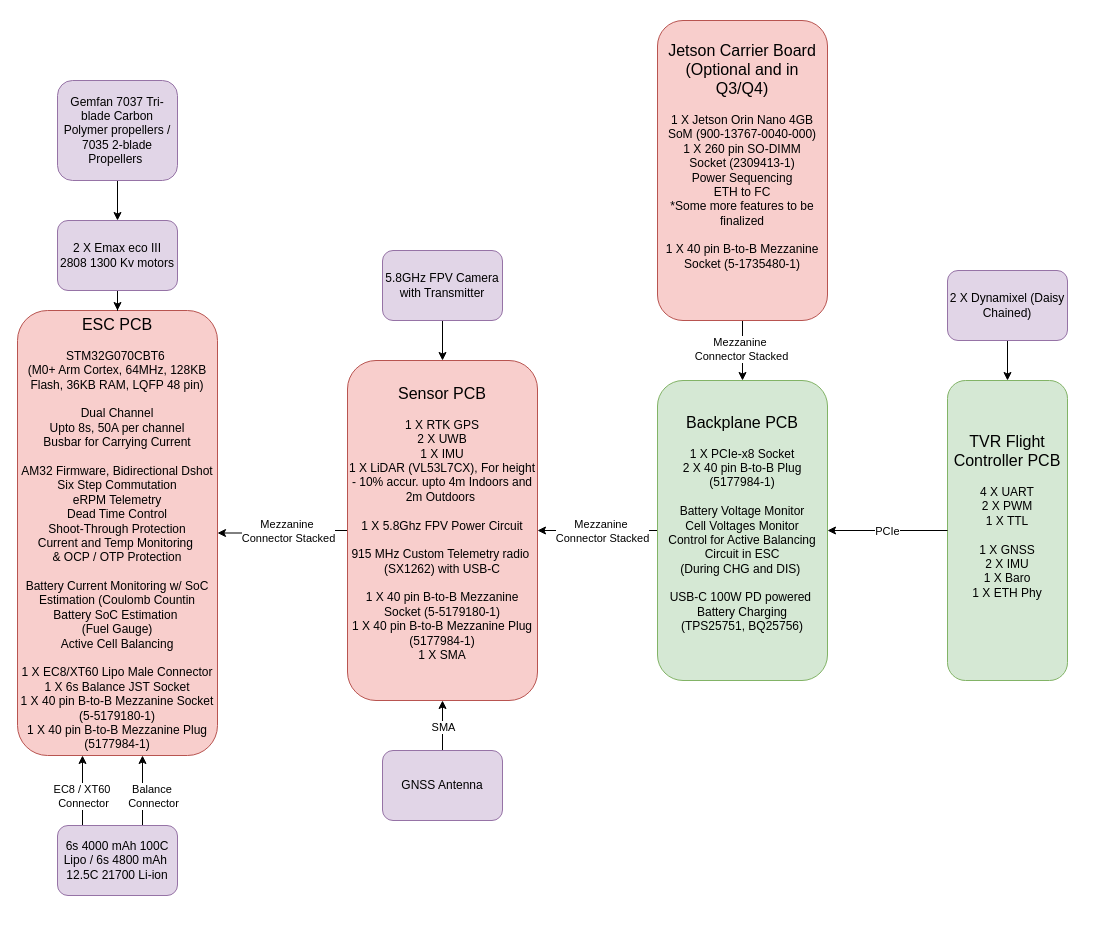
Above: page "Page-1" (1 of 2) of electrical-hardware/TVR_Hardware_Stack_2026-27.drawio in UBC-Rocket/thrust_vectoring_consolidated (draw.io), before the change. Source tidied: cells renumbered, new cells numbered last; positions are measured from the earlier drawing's top-left corner, leaving out a move shared by most shapes. Both pictures are drawn from the tidied source at 100%, with x=0, y=0 at pixel (17, 20).
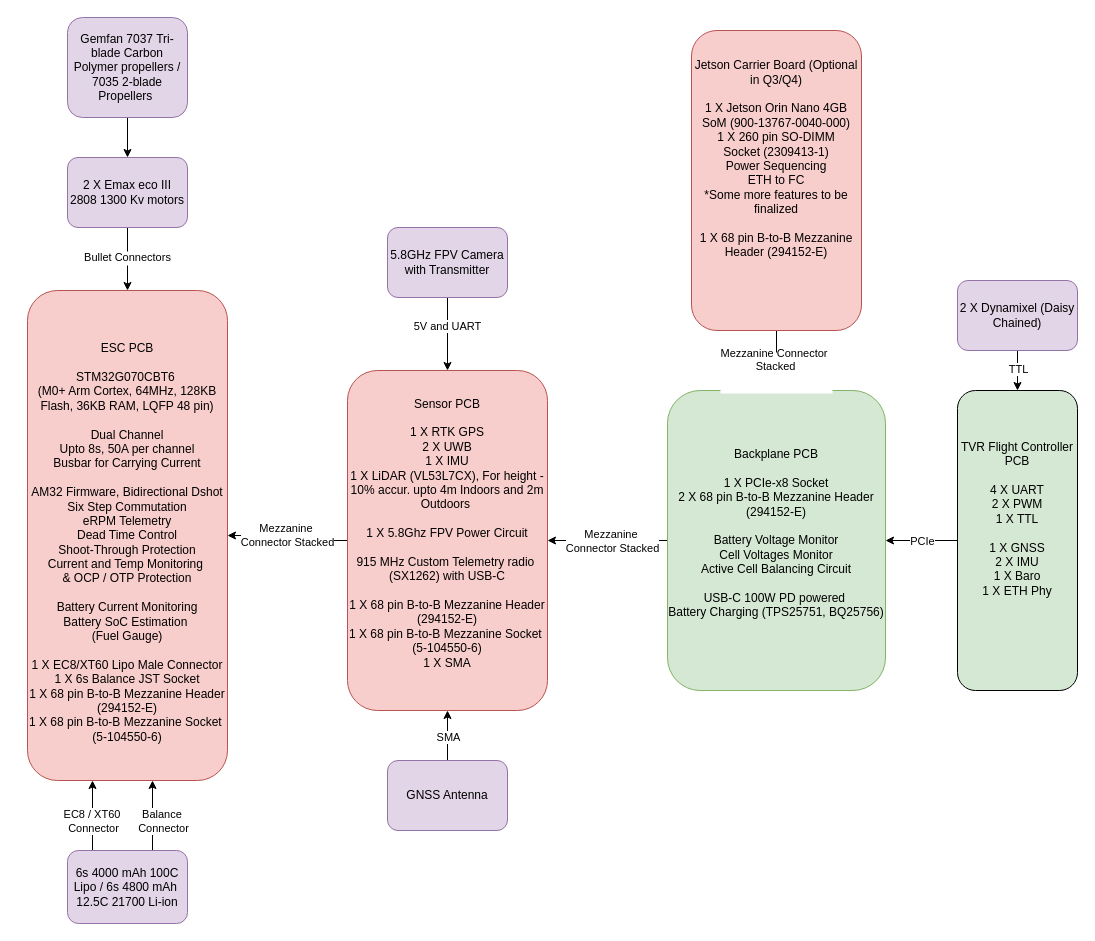
Above is the later version.

Change to the diagram source:
```diff
@@
-    <mxCell id="2" value="&lt;div&gt;&lt;font style=&quot;font-size: 16px;&quot;&gt;TVR Flight Controller PCB&lt;/font&gt;&lt;/div&gt;&lt;div&gt;&lt;br&gt;&lt;/div&gt;&lt;div&gt;4 X UART&lt;/div&gt;&lt;div&gt;2 X PWM&lt;/div&gt;&lt;div&gt;1 X TTL&lt;/div&gt;&lt;div&gt;&lt;br&gt;&lt;/div&gt;&lt;div&gt;1 X GNSS&lt;/div&gt;&lt;div&gt;2 X IMU&lt;/div&gt;&lt;div&gt;1 X Baro&lt;/div&gt;&lt;div&gt;1 X ETH Phy&lt;/div&gt;&lt;div&gt;&lt;br&gt;&lt;/div&gt;&lt;div&gt;&lt;br&gt;&lt;/div&gt;" style="rounded=1;whiteSpace=wrap;html=1;fillColor=#d5e8d4;strokeColor=#82b366;" parent="1" vertex="1">
-      <mxGeometry x="930" y="360" width="120" height="300" as="geometry" />
+    <mxCell id="2" value="TVR Flight Controller PCB&#10;&#10;4 X UART&#10;2 X PWM&#10;1 X TTL&#10;&#10;1 X GNSS&#10;2 X IMU&#10;1 X Baro&#10;1 X ETH Phy&#10;&#10;&#10;" style="rounded=1;fillColor=#d5e8d4;strokeColor=light-dark(#000000,#446E2C);gradientColor=none;textShadow=0;whiteSpace=wrap;html=1;" parent="1" vertex="1">
+      <mxGeometry x="940" y="370" width="120" height="300" as="geometry" />
     </mxCell>
-    <mxCell id="3" style="edgeStyle=orthogonalEdgeStyle;rounded=0;jettySize=auto;html=1;entryX=1;entryY=0.5;entryDx=0;entryDy=0;" parent="1" edge="1" source="5" target="9">
-      <mxGeometry relative="1" as="geometry" />
-    </mxCell>
-    <mxCell id="4" value="&lt;div&gt;Mezzanine&amp;nbsp;&lt;/div&gt;&lt;div&gt;Connector Stacked&lt;/div&gt;" style="edgeLabel;html=1;align=center;verticalAlign=middle;" parent="3" vertex="1">
-      <mxGeometry x="0.03" relative="1" as="geometry">
-        <mxPoint x="6" as="offset" />
-      </mxGeometry>
-    </mxCell>
-    <mxCell id="5" value="&lt;div&gt;&lt;font style=&quot;font-size: 16px;&quot;&gt;Backplane PCB&lt;/font&gt;&lt;/div&gt;&lt;div&gt;&lt;br&gt;&lt;/div&gt;&lt;div&gt;1 X PCIe-x8 Socket&lt;/div&gt;&lt;div&gt;2 X 40 pin B-to-B Plug (5177984-1)&lt;/div&gt;&lt;div&gt;&lt;br&gt;&lt;/div&gt;&lt;div&gt;Battery Voltage Monitor&lt;/div&gt;&lt;div&gt;Cell Voltages Monitor&lt;/div&gt;&lt;div&gt;Control for Active Balancing Circuit in ESC&lt;/div&gt;&lt;div&gt;(During CHG and DIS)&amp;nbsp;&lt;/div&gt;&lt;div&gt;&lt;br&gt;&lt;/div&gt;&lt;div&gt;&lt;span style=&quot;background-color: transparent; color: light-dark(rgb(0, 0, 0), rgb(255, 255, 255));&quot;&gt;USB-C 100W PD powered&amp;nbsp;&lt;/span&gt;&lt;/div&gt;&lt;div&gt;&lt;span style=&quot;background-color: transparent; color: light-dark(rgb(0, 0, 0), rgb(255, 255, 255));&quot;&gt;Battery Charging (&lt;/span&gt;&lt;span style=&quot;background-color: transparent; color: light-dark(rgb(0, 0, 0), rgb(255, 255, 255));&quot;&gt;TPS25751,&amp;nbsp;&lt;/span&gt;&lt;span style=&quot;background-color: transparent; color: light-dark(rgb(0, 0, 0), rgb(255, 255, 255));&quot;&gt;BQ25756)&lt;/span&gt;&lt;/div&gt;&lt;div&gt;&lt;br&gt;&lt;/div&gt;" style="rounded=1;whiteSpace=wrap;html=1;fillColor=#d5e8d4;strokeColor=#82b366;" parent="1" vertex="1">
-      <mxGeometry x="640" y="360" width="170" height="300" as="geometry" />
-    </mxCell>
-    <mxCell id="6" style="edgeStyle=orthogonalEdgeStyle;rounded=0;jettySize=auto;html=1;entryX=1;entryY=0.5;entryDx=0;entryDy=0;" parent="1" edge="1" source="2" target="5">
-      <mxGeometry relative="1" as="geometry" />
-    </mxCell>
+    <mxCell id="31" style="edgeStyle=orthogonalEdgeStyle;rounded=0;jettySize=auto;entryX=1;entryY=0.5;entryDx=0;entryDy=0;textShadow=0;html=1;" parent="1" edge="1" source="33" target="36">
+      <mxGeometry relative="1" as="geometry" />
+    </mxCell>
+    <mxCell id="32" value="Mezzanine &#10;Connector Stacked" style="edgeLabel;align=center;verticalAlign=middle;textShadow=0;html=1;" parent="31" vertex="1">
+      <mxGeometry x="0.03" relative="1" as="geometry">
+        <mxPoint x="6" as="offset" />
+      </mxGeometry>
+    </mxCell>
+    <mxCell id="33" value="Backplane PCB&lt;br&gt;&lt;br&gt;1 X PCIe-x8 Socket&lt;br&gt;2 X&amp;nbsp;68 pin B-to-B Mezzanine Header (294152-E)&lt;br&gt;&lt;br&gt;Battery Voltage Monitor&lt;br&gt;Cell Voltages Monitor&lt;br&gt;Active Cell Balancing Circuit&lt;br&gt;&lt;br&gt;USB-C 100W PD powered&amp;nbsp;&lt;br&gt;Battery Charging (TPS25751,&amp;nbsp;BQ25756)&lt;div&gt;&lt;br/&gt;&lt;/div&gt;" style="rounded=1;fillColor=#d5e8d4;strokeColor=#82B366;textShadow=0;whiteSpace=wrap;html=1;" parent="1" vertex="1">
+      <mxGeometry x="650" y="370" width="218" height="300" as="geometry" />
+    </mxCell>
+    <mxCell id="34" style="edgeStyle=orthogonalEdgeStyle;rounded=0;jettySize=auto;entryX=1;entryY=0.5;entryDx=0;entryDy=0;textShadow=0;html=1;" parent="1" edge="1" source="2" target="33">
+      <mxGeometry relative="1" as="geometry" />
+    </mxCell>
-    <mxCell id="7" value="PCIe" style="edgeLabel;html=1;align=center;verticalAlign=middle;" parent="6" vertex="1">
+    <mxCell id="7" value="PCIe" style="edgeLabel;align=center;verticalAlign=middle;textShadow=0;html=1;" parent="34" vertex="1">
       <mxGeometry x="0.01" relative="1" as="geometry" />
     </mxCell>
-    <mxCell id="8" style="edgeStyle=orthogonalEdgeStyle;rounded=0;jettySize=auto;html=1;entryX=1;entryY=0.5;entryDx=0;entryDy=0;" parent="1" edge="1" source="9" target="10">
-      <mxGeometry relative="1" as="geometry" />
-    </mxCell>
-    <mxCell id="9" value="&lt;div&gt;&lt;font style=&quot;font-size: 16px;&quot;&gt;Sensor PCB&lt;/font&gt;&lt;/div&gt;&lt;div&gt;&lt;br&gt;&lt;/div&gt;&lt;div&gt;1 X RTK GPS&lt;/div&gt;&lt;div&gt;2 X UWB&lt;/div&gt;&lt;div&gt;1 X IMU&lt;/div&gt;&lt;div&gt;1 X LiDAR (&lt;span class=&quot;st-h3&quot;&gt;&lt;font style=&quot;font-size: 12px;&quot;&gt;VL53L7CX), For height - 10% accur. upto 4m Indoors and 2m Outdoors&amp;nbsp;&lt;/font&gt;&lt;/span&gt;&lt;/div&gt;&lt;div&gt;&lt;span class=&quot;st-h3&quot;&gt;&lt;font style=&quot;font-size: 12px;&quot;&gt;&lt;br&gt;&lt;/font&gt;&lt;/span&gt;&lt;/div&gt;&lt;div&gt;1 X 5.8Ghz FPV Power Circuit&lt;/div&gt;&lt;div&gt;&lt;br&gt;&lt;/div&gt;&lt;div&gt;915 MHz Custom Telemetry radio&amp;nbsp;&lt;/div&gt;&lt;div&gt;(SX1262) with USB-C&lt;/div&gt;&lt;div&gt;&lt;br&gt;&lt;/div&gt;&lt;div&gt;1 X&amp;nbsp;40 pin B-to-B Mezzanine Socket (5-5179180-1)&lt;/div&gt;&lt;div&gt;1 X 40 pin B-to-B Mezzanine Plug (5177984-1)&lt;/div&gt;&lt;div&gt;1 X SMA&lt;/div&gt;&lt;div&gt;&amp;nbsp;&lt;/div&gt;" style="rounded=1;whiteSpace=wrap;html=1;fillColor=#f8cecc;strokeColor=#b85450;" parent="1" vertex="1">
-      <mxGeometry x="330" y="340" width="190" height="340" as="geometry" />
-    </mxCell>
-    <mxCell id="10" value="&lt;div&gt;&lt;br&gt;&lt;/div&gt;&lt;div&gt;&lt;br&gt;&lt;/div&gt;&lt;div&gt;&lt;br&gt;&lt;/div&gt;&lt;div&gt;&lt;font style=&quot;font-size: 16px;&quot;&gt;ESC PCB&lt;/font&gt;&lt;/div&gt;&lt;div&gt;&lt;br&gt;&lt;/div&gt;&lt;div&gt;STM32G070CBT6&amp;nbsp;&lt;/div&gt;&lt;div&gt;(M0+ Arm Cortex, 64MHz, 128KB Flash, 36KB RAM, LQFP 48 pin)&lt;/div&gt;&lt;div&gt;&lt;br&gt;&lt;/div&gt;&lt;div&gt;Dual Channel&lt;/div&gt;&lt;div&gt;Upto 8s, 50A per channel&lt;/div&gt;&lt;div&gt;Busbar for Carrying Current&lt;/div&gt;&lt;div&gt;&lt;br&gt;&lt;/div&gt;&lt;div&gt;AM32 Firmware, Bidirectional Dshot&lt;/div&gt;&lt;div&gt;Six Step Commutation&lt;/div&gt;&lt;div&gt;eRPM Telemetry&lt;/div&gt;&lt;div&gt;Dead Time Control&lt;/div&gt;&lt;div&gt;Shoot-Through Protection&lt;/div&gt;&lt;div&gt;Current and Temp Monitoring&amp;nbsp;&lt;/div&gt;&lt;div&gt;&amp;amp; OCP / OTP Protection&lt;/div&gt;&lt;div&gt;&lt;br&gt;&lt;/div&gt;&lt;div&gt;Battery Current Monitoring w/ SoC Estimation (Coulomb Countin&lt;/div&gt;&lt;div&gt;Battery SoC Estimation&amp;nbsp;&lt;/div&gt;&lt;div&gt;(Fuel Gauge)&lt;/div&gt;&lt;div&gt;Active Cell Balancing&lt;/div&gt;&lt;div&gt;&lt;br&gt;&lt;/div&gt;&lt;div&gt;&lt;div&gt;1 X EC8/XT60 Lipo Male Connector&lt;/div&gt;&lt;div&gt;1 X 6s Balance JST Socket&lt;/div&gt;&lt;div&gt;1 X&amp;nbsp;40 pin B-to-B Mezzanine Socket (5-5179180-1)&lt;/div&gt;&lt;div&gt;1 X 40 pin B-to-B Mezzanine Plug (5177984-1)&lt;/div&gt;&lt;br&gt;&lt;/div&gt;&lt;div&gt;&lt;br&gt;&lt;/div&gt;&lt;div&gt;&lt;br&gt;&lt;/div&gt;" style="rounded=1;whiteSpace=wrap;html=1;fillColor=#f8cecc;strokeColor=#b85450;" parent="1" vertex="1">
-      <mxGeometry y="290" width="200" height="445" as="geometry" />
-    </mxCell>
-    <mxCell id="11" style="edgeStyle=orthogonalEdgeStyle;rounded=0;jettySize=auto;html=1;entryX=0.5;entryY=0;entryDx=0;entryDy=0;" parent="1" edge="1" source="13" target="5">
-      <mxGeometry relative="1" as="geometry" />
-    </mxCell>
-    <mxCell id="12" value="&lt;div&gt;Mezzanine&amp;nbsp;&lt;/div&gt;&lt;div&gt;Connector Stacked&lt;/div&gt;" style="edgeLabel;html=1;align=center;verticalAlign=middle;" parent="11" vertex="1">
-      <mxGeometry x="-0.07" y="-2" relative="1" as="geometry" />
-    </mxCell>
-    <mxCell id="13" value="&lt;div&gt;&lt;font style=&quot;font-size: 16px;&quot;&gt;Jetson Carrier Board (Optional and in Q3/Q4)&lt;/font&gt;&lt;/div&gt;&lt;div&gt;&lt;br&gt;&lt;/div&gt;&lt;div&gt;1 X Jetson Orin Nano 4GB SoM (&lt;font style=&quot;font-size: 12px; font-weight: normal;&quot;&gt;900-13767-0040-000)&lt;/font&gt;&lt;/div&gt;&lt;div&gt;&lt;font style=&quot;font-size: 12px; font-weight: normal;&quot;&gt;1 X 260 pin SO-DIMM&lt;/font&gt;&lt;/div&gt;&lt;div&gt;Socket (2309413-1)&lt;/div&gt;&lt;div&gt;Power Sequencing&lt;/div&gt;&lt;div&gt;ETH to FC&lt;/div&gt;&lt;div&gt;*Some more features to be finalized&lt;/div&gt;&lt;div&gt;&lt;br&gt;&lt;/div&gt;&lt;div&gt;1 X&amp;nbsp;40 pin B-to-B Mezzanine Socket (5-1735480-1)&lt;/div&gt;&lt;div&gt;&lt;br&gt;&lt;/div&gt;&lt;div&gt;&lt;br&gt;&lt;/div&gt;" style="rounded=1;whiteSpace=wrap;html=1;fillColor=#f8cecc;strokeColor=#b85450;" parent="1" vertex="1">
-      <mxGeometry x="640" width="170" height="300" as="geometry" />
-    </mxCell>
-    <mxCell id="14" value="&lt;div&gt;Mezzanine&amp;nbsp;&lt;/div&gt;&lt;div&gt;Connector Stacked&lt;/div&gt;" style="edgeLabel;html=1;align=center;verticalAlign=middle;" parent="1" vertex="1">
-      <mxGeometry x="270" y="510" as="geometry" />
-    </mxCell>
-    <mxCell id="15" style="edgeStyle=orthogonalEdgeStyle;rounded=0;jettySize=auto;html=1;" parent="1" edge="1" source="19">
-      <mxGeometry relative="1" as="geometry">
-        <mxPoint x="65" y="735" as="targetPoint" />
-        <Array as="points">
-          <mxPoint x="65" y="735" />
-        </Array>
-      </mxGeometry>
-    </mxCell>
+    <mxCell id="35" style="edgeStyle=orthogonalEdgeStyle;rounded=0;jettySize=auto;entryX=1;entryY=0.5;entryDx=0;entryDy=0;textShadow=0;html=1;" parent="1" edge="1" source="36" target="37">
+      <mxGeometry relative="1" as="geometry" />
+    </mxCell>
+    <mxCell id="36" value="Sensor PCB&#10;&#10;1 X RTK GPS&#10;2 X UWB&#10;1 X IMU&#10;1 X LiDAR (VL53L7CX), For height - 10% accur. upto 4m Indoors and 2m Outdoors &#10;&#10;1 X 5.8Ghz FPV Power Circuit&#10;&#10;915 MHz Custom Telemetry radio &#10;(SX1262) with USB-C&#10;&#10;1 X 68 pin B-to-B Mezzanine Header (294152-E)&#10;1 X 68 pin B-to-B Mezzanine Socket &#10;(5-104550-6)&#10;1 X SMA&#10; " style="rounded=1;fillColor=#f8cecc;strokeColor=#b85450;textShadow=0;whiteSpace=wrap;html=1;" parent="1" vertex="1">
+      <mxGeometry x="330" y="350" width="200" height="340" as="geometry" />
+    </mxCell>
+    <mxCell id="37" value="&lt;br&gt;&lt;br&gt;&lt;br&gt;ESC PCB&lt;br&gt;&lt;br&gt;STM32G070CBT6&amp;nbsp;&lt;br&gt;(M0+ Arm Cortex, 64MHz, 128KB Flash, 36KB RAM, LQFP 48 pin)&lt;br&gt;&lt;br&gt;Dual Channel&lt;br&gt;Upto 8s, 50A per channel&lt;br&gt;Busbar for Carrying Current&lt;br&gt;&lt;br&gt;AM32 Firmware, Bidirectional Dshot&lt;br&gt;Six Step Commutation&lt;br&gt;eRPM Telemetry&lt;br&gt;Dead Time Control&lt;br&gt;Shoot-Through Protection&lt;br&gt;Current and Temp Monitoring&amp;nbsp;&lt;br&gt;&amp;amp; OCP / OTP Protection&lt;br&gt;&lt;br&gt;Battery Current Monitoring&lt;br&gt;Battery SoC Estimation&amp;nbsp;&lt;br&gt;(Fuel Gauge)&lt;br&gt;&lt;br&gt;1 X EC8/XT60 Lipo Male Connector&lt;br&gt;1 X 6s Balance JST Socket&lt;br&gt;1 X 68 pin B-to-B Mezzanine Header (294152-E)&lt;br&gt;1 X&amp;nbsp;68 pin B-to-B Mezzanine Socket&amp;nbsp;&lt;br&gt;(5-104550-6)&lt;br&gt;&lt;br&gt;&lt;div&gt;&lt;br/&gt;&lt;/div&gt;" style="rounded=1;fillColor=#f8cecc;strokeColor=#b85450;textShadow=0;whiteSpace=wrap;html=1;" parent="1" vertex="1">
+      <mxGeometry x="10" y="270" width="200" height="490" as="geometry" />
+    </mxCell>
+    <mxCell id="38" style="edgeStyle=orthogonalEdgeStyle;rounded=0;jettySize=auto;entryX=0.5;entryY=0;entryDx=0;entryDy=0;textShadow=0;html=1;" parent="1" edge="1" source="40" target="33">
+      <mxGeometry relative="1" as="geometry" />
+    </mxCell>
+    <mxCell id="39" value="Mezzanine Connector &#10;Stacked&#10;&#10;" style="edgeLabel;align=center;verticalAlign=middle;" parent="38" vertex="1">
+      <mxGeometry x="-0.15" relative="1" as="geometry">
+        <mxPoint x="-1" y="15" as="offset" />
+      </mxGeometry>
+    </mxCell>
+    <mxCell id="40" value="Jetson Carrier Board (Optional in Q3/Q4)&#10;&#10;1 X Jetson Orin Nano 4GB SoM (900-13767-0040-000)&#10;1 X 260 pin SO-DIMM&#10;Socket (2309413-1)&#10;Power Sequencing&#10;ETH to FC&#10;*Some more features to be finalized&#10;&#10;1 X 68 pin B-to-B Mezzanine Header (294152-E)&#10;&#10;&#10;" style="rounded=1;fillColor=#f8cecc;strokeColor=#b85450;textShadow=0;whiteSpace=wrap;html=1;" parent="1" vertex="1">
+      <mxGeometry x="674" y="10" width="170" height="300" as="geometry" />
+    </mxCell>
+    <mxCell id="41" value="Mezzanine &#10;Connector Stacked" style="edgeLabel;align=center;verticalAlign=middle;textShadow=0;html=1;" parent="1" vertex="1">
+      <mxGeometry x="273" y="518" as="geometry">
+        <mxPoint x="-4" y="-4" as="offset" />
+      </mxGeometry>
+    </mxCell>
+    <mxCell id="42" style="edgeStyle=orthogonalEdgeStyle;rounded=0;jettySize=auto;textShadow=0;html=1;" parent="1" edge="1" source="19">
+      <mxGeometry relative="1" as="geometry">
+        <mxPoint x="75" y="760" as="targetPoint" />
+        <Array as="points">
+          <mxPoint x="75" y="760" />
+        </Array>
+      </mxGeometry>
+    </mxCell>
-    <mxCell id="16" value="EC8 / XT60&amp;nbsp;&lt;br&gt;Connector" style="edgeLabel;html=1;align=center;verticalAlign=middle;" parent="15" vertex="1">
+    <mxCell id="16" value="EC8 / XT60 &#10;Connector" style="edgeLabel;align=center;verticalAlign=middle;textShadow=0;html=1;" parent="42" vertex="1">
       <mxGeometry x="0.17" y="-2" relative="1" as="geometry">
         <mxPoint x="-2" y="11" as="offset" />
       </mxGeometry>
     </mxCell>
-    <mxCell id="17" style="edgeStyle=orthogonalEdgeStyle;rounded=0;jettySize=auto;html=1;" parent="1" edge="1" source="19">
-      <mxGeometry relative="1" as="geometry">
-        <mxPoint x="125" y="735" as="targetPoint" />
-        <Array as="points">
-          <mxPoint x="125" y="735" />
-        </Array>
-      </mxGeometry>
-    </mxCell>
+    <mxCell id="43" style="edgeStyle=orthogonalEdgeStyle;rounded=0;jettySize=auto;textShadow=0;html=1;" parent="1" edge="1" source="19">
+      <mxGeometry relative="1" as="geometry">
+        <mxPoint x="135" y="760" as="targetPoint" />
+        <Array as="points">
+          <mxPoint x="135" y="760" />
+        </Array>
+      </mxGeometry>
+    </mxCell>
-    <mxCell id="18" value="&lt;div&gt;Balance&amp;nbsp;&lt;/div&gt;&lt;div&gt;Connector&lt;/div&gt;" style="edgeLabel;html=1;align=center;verticalAlign=middle;" parent="17" vertex="1">
+    <mxCell id="18" value="Balance &#10;Connector" style="edgeLabel;align=center;verticalAlign=middle;textShadow=0;html=1;" parent="43" vertex="1">
       <mxGeometry x="0.22" relative="1" as="geometry">
         <mxPoint x="10" y="13" as="offset" />
       </mxGeometry>
     </mxCell>
-    <mxCell id="19" value="&lt;div&gt;&lt;br&gt;&lt;/div&gt;&lt;div&gt;6s 4000 mAh 100C Lipo / 6s 4800 mAh&amp;nbsp; 12.5C 21700 Li-ion&lt;/div&gt;&lt;div&gt;&lt;br&gt;&lt;/div&gt;" style="rounded=1;whiteSpace=wrap;html=1;fillColor=#e1d5e7;strokeColor=#9673a6;" parent="1" vertex="1">
-      <mxGeometry x="40" y="805" width="120" height="70" as="geometry" />
+    <mxCell id="19" value="6s 4000 mAh 100C Lipo / 6s 4800 mAh&amp;nbsp; 12.5C 21700 Li-ion" style="rounded=1;fillColor=#e1d5e7;strokeColor=#9673a6;textShadow=0;whiteSpace=wrap;html=1;" parent="1" vertex="1">
+      <mxGeometry x="50" y="830" width="120" height="73" as="geometry" />
     </mxCell>
-    <mxCell id="20" style="edgeStyle=orthogonalEdgeStyle;rounded=0;jettySize=auto;html=1;entryX=0.5;entryY=1;entryDx=0;entryDy=0;" parent="1" edge="1" source="22" target="9">
-      <mxGeometry relative="1" as="geometry" />
-    </mxCell>
+    <mxCell id="44" style="edgeStyle=orthogonalEdgeStyle;rounded=0;jettySize=auto;entryX=0.5;entryY=1;entryDx=0;entryDy=0;textShadow=0;html=1;" parent="1" edge="1" source="22" target="36">
+      <mxGeometry relative="1" as="geometry" />
+    </mxCell>
-    <mxCell id="21" value="SMA" style="edgeLabel;html=1;align=center;verticalAlign=middle;" parent="20" vertex="1">
+    <mxCell id="21" value="SMA" style="edgeLabel;align=center;verticalAlign=middle;textShadow=0;html=1;" parent="44" vertex="1">
       <mxGeometry x="0.22" y="-1" relative="1" as="geometry">
         <mxPoint x="-1" y="7" as="offset" />
       </mxGeometry>
     </mxCell>
-    <mxCell id="22" value="&lt;div&gt;GNSS Antenna&lt;/div&gt;" style="rounded=1;whiteSpace=wrap;html=1;fillColor=#e1d5e7;strokeColor=#9673a6;" parent="1" vertex="1">
-      <mxGeometry x="365" y="730" width="120" height="70" as="geometry" />
+    <mxCell id="22" value="GNSS Antenna" style="rounded=1;fillColor=#e1d5e7;strokeColor=#9673a6;textShadow=0;whiteSpace=wrap;html=1;" parent="1" vertex="1">
+      <mxGeometry x="370" y="740" width="120" height="70" as="geometry" />
     </mxCell>
-    <mxCell id="23" style="edgeStyle=orthogonalEdgeStyle;rounded=0;jettySize=auto;html=1;entryX=0.5;entryY=0;entryDx=0;entryDy=0;" parent="1" edge="1" source="24" target="9">
-      <mxGeometry relative="1" as="geometry" />
-    </mxCell>
+    <mxCell id="45" style="edgeStyle=orthogonalEdgeStyle;rounded=0;jettySize=auto;entryX=0.5;entryY=0;entryDx=0;entryDy=0;textShadow=0;html=1;" parent="1" edge="1" source="24" target="36">
+      <mxGeometry relative="1" as="geometry" />
+    </mxCell>
+    <mxCell id="46" value="5V and UART" style="edgeLabel;align=center;verticalAlign=middle;rounded=1;strokeColor=#82b366;fillColor=#d5e8d4;textShadow=0;html=1;" parent="45" vertex="1">
+      <mxGeometry x="-0.23" y="-1" relative="1" as="geometry" />
+    </mxCell>
-    <mxCell id="24" value="5.8GHz FPV Camera with Transmitter" style="rounded=1;whiteSpace=wrap;html=1;fillColor=#e1d5e7;strokeColor=#9673a6;" parent="1" vertex="1">
-      <mxGeometry x="365" y="230" width="120" height="70" as="geometry" />
+    <mxCell id="24" value="5.8GHz FPV Camera with Transmitter" style="rounded=1;fillColor=#e1d5e7;strokeColor=#9673a6;textShadow=0;whiteSpace=wrap;html=1;" parent="1" vertex="1">
+      <mxGeometry x="370" y="207" width="120" height="70" as="geometry" />
     </mxCell>
-    <mxCell id="25" style="edgeStyle=orthogonalEdgeStyle;rounded=0;jettySize=auto;html=1;entryX=0.5;entryY=0;entryDx=0;entryDy=0;" parent="1" edge="1" source="26" target="10">
-      <mxGeometry relative="1" as="geometry" />
-    </mxCell>
+    <mxCell id="47" style="edgeStyle=orthogonalEdgeStyle;rounded=0;jettySize=auto;entryX=0.5;entryY=0;entryDx=0;entryDy=0;textShadow=0;html=1;" parent="1" edge="1" source="26" target="37">
+      <mxGeometry relative="1" as="geometry" />
+    </mxCell>
+    <mxCell id="48" value="Bullet Connectors" style="edgeLabel;align=center;verticalAlign=middle;rounded=1;strokeColor=#82b366;fillColor=#d5e8d4;textShadow=0;" parent="47" vertex="1">
+      <mxGeometry x="-0.27" y="-1" relative="1" as="geometry">
+        <mxPoint x="1" y="6" as="offset" />
+      </mxGeometry>
+    </mxCell>
-    <mxCell id="26" value="2 X Emax eco III 2808 1300 Kv motors" style="rounded=1;whiteSpace=wrap;html=1;fillColor=#e1d5e7;strokeColor=#9673a6;" parent="1" vertex="1">
-      <mxGeometry x="40" y="200" width="120" height="70" as="geometry" />
+    <mxCell id="26" value="2 X Emax eco III 2808 1300 Kv motors" style="rounded=1;fillColor=#e1d5e7;strokeColor=#9673a6;textShadow=0;whiteSpace=wrap;html=1;" parent="1" vertex="1">
+      <mxGeometry x="50" y="137" width="120" height="70" as="geometry" />
     </mxCell>
-    <mxCell id="27" style="edgeStyle=orthogonalEdgeStyle;rounded=0;jettySize=auto;html=1;entryX=0.5;entryY=0;entryDx=0;entryDy=0;" parent="1" edge="1" source="28" target="26">
+    <mxCell id="27" style="edgeStyle=orthogonalEdgeStyle;rounded=0;jettySize=auto;entryX=0.5;entryY=0;entryDx=0;entryDy=0;textShadow=0;html=1;" parent="1" edge="1" source="28" target="26">
       <mxGeometry relative="1" as="geometry" />
     </mxCell>
-    <mxCell id="28" value="Gemfan 7037 Tri-blade Carbon Polymer propellers / 7035 2-blade Propellers&amp;nbsp;" style="rounded=1;whiteSpace=wrap;html=1;fillColor=#e1d5e7;strokeColor=#9673a6;" parent="1" vertex="1">
-      <mxGeometry x="40" y="60" width="120" height="100" as="geometry" />
+    <mxCell id="28" value="Gemfan 7037 Tri-blade Carbon Polymer propellers / 7035 2-blade Propellers " style="rounded=1;fillColor=#e1d5e7;strokeColor=#9673a6;textShadow=0;whiteSpace=wrap;html=1;" parent="1" vertex="1">
+      <mxGeometry x="50" y="-3" width="120" height="100" as="geometry" />
     </mxCell>
-    <mxCell id="29" style="edgeStyle=orthogonalEdgeStyle;rounded=0;jettySize=auto;html=1;entryX=0.5;entryY=0;entryDx=0;entryDy=0;" parent="1" edge="1" source="30" target="2">
+    <mxCell id="29" style="edgeStyle=orthogonalEdgeStyle;rounded=0;jettySize=auto;entryX=0.5;entryY=0;entryDx=0;entryDy=0;textShadow=0;html=1;" parent="1" edge="1" source="30" target="2">
       <mxGeometry relative="1" as="geometry" />
     </mxCell>
+    <mxCell id="49" value="TTL" style="edgeLabel;html=1;align=center;verticalAlign=middle;" parent="29" vertex="1">
+      <mxGeometry x="-0.4" y="-1" relative="1" as="geometry">
+        <mxPoint x="1" y="6" as="offset" />
+      </mxGeometry>
+    </mxCell>
-    <mxCell id="30" value="2 X Dynamixel (Daisy Chained)" style="rounded=1;whiteSpace=wrap;html=1;fillColor=#e1d5e7;strokeColor=#9673a6;" parent="1" vertex="1">
-      <mxGeometry x="930" y="250" width="120" height="70" as="geometry" />
+    <mxCell id="30" value="2 X Dynamixel (Daisy Chained)" style="rounded=1;fillColor=#e1d5e7;strokeColor=#9673a6;textShadow=0;whiteSpace=wrap;html=1;" parent="1" vertex="1">
+      <mxGeometry x="940" y="260" width="120" height="70" as="geometry" />
     </mxCell>
```
